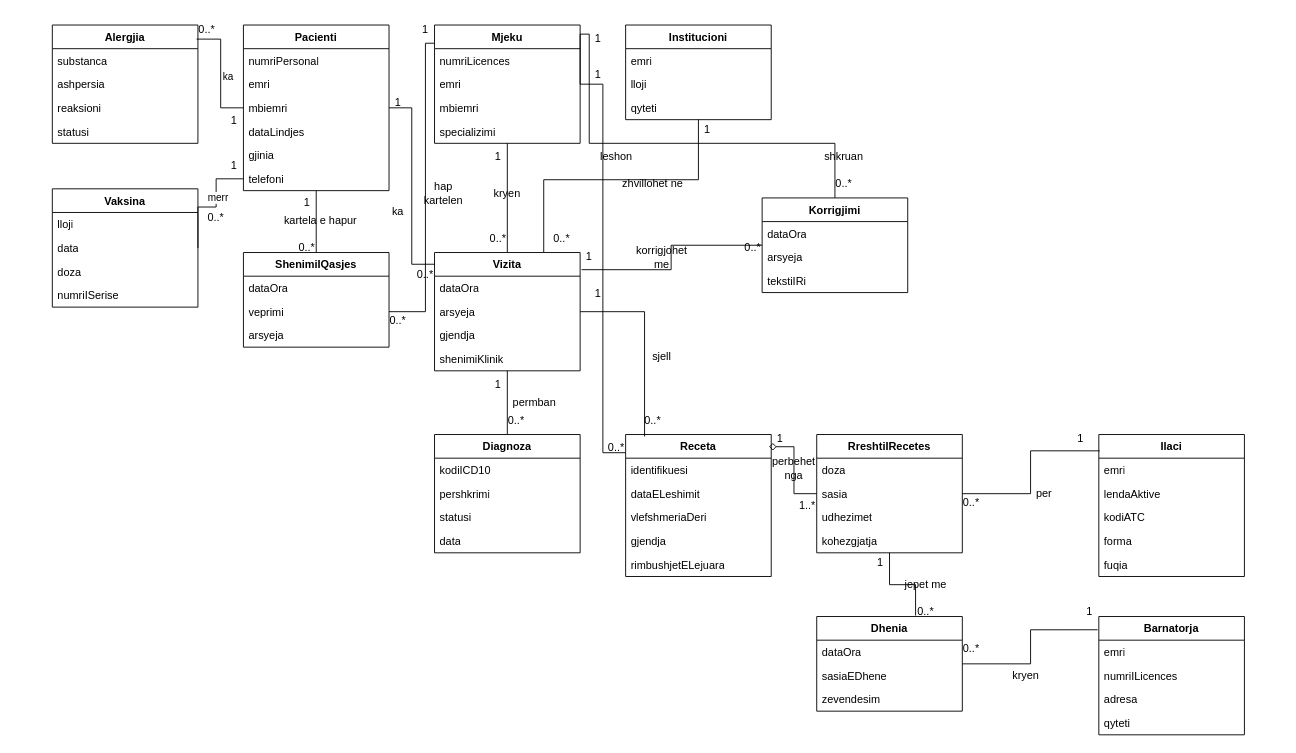
This is docs/Modeli Konceptual/ModeliKonceptual.drawio from blendaarama/eKartela, a draw.io file, before an edit. Source tidied: cells renumbered, new cells numbered last; positions are measured from the earlier drawing's top-left corner, leaving out a move shared by most shapes. Both pictures are drawn from the tidied source at 91%, with x=0, y=0 at pixel (52, 15).
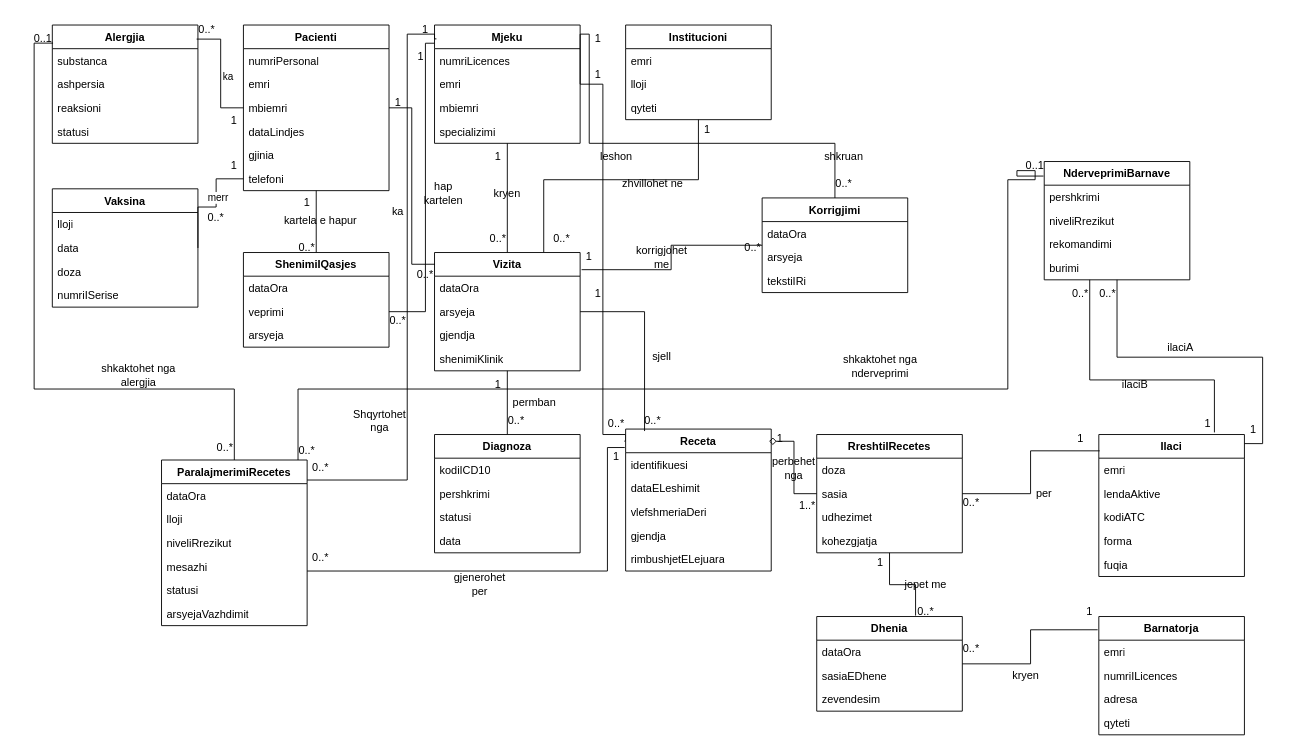
After the change.

Commit message (it also covers changes not shown here):
Shtova dy klase ne MK, dhe rregullova diagramin e arkitektures e bera ne version te nivelit te larte

The change refers to these unchanged cells:
```xml
<mxCell id="12" value="Mjeku" style="swimlane;fontStyle=1;align=center;verticalAlign=top;horizontal=1;startSize=26;whiteSpace=wrap;html=1;" parent="1" vertex="1">
  <mxGeometry x="420" y="10" width="160" height="130" as="geometry" />
</mxCell>
<mxCell id="33" value="Alergjia" style="swimlane;fontStyle=1;align=center;verticalAlign=top;horizontal=1;startSize=26;whiteSpace=wrap;html=1;" parent="1" vertex="1">
  <mxGeometry y="10" width="160" height="130" as="geometry" />
</mxCell>
<mxCell id="63" value="Ilaci" style="swimlane;fontStyle=1;align=center;verticalAlign=top;horizontal=1;startSize=26;whiteSpace=wrap;html=1;" parent="1" vertex="1">
  <mxGeometry x="1150" y="460" width="160" height="156" as="geometry" />
</mxCell>
```

What changed in the source:
```diff
@@
-    <mxCell id="10" style="edgeStyle=orthogonalEdgeStyle;rounded=0;jettySize=auto;html=1;entryX=0;entryY=0.128;entryDx=0;entryDy=0;entryPerimeter=0;endArrow=none;endFill=0;" parent="1" edge="1" source="12" target="52">
-      <mxGeometry relative="1" as="geometry" />
+    <mxCell id="10" style="edgeStyle=orthogonalEdgeStyle;rounded=0;jettySize=auto;html=1;entryX=-0.009;entryY=0.085;entryDx=0;entryDy=0;entryPerimeter=0;endArrow=none;endFill=0;" parent="1" edge="1" source="12" target="52">
+      <mxGeometry relative="1" as="geometry">
+        <Array as="points">
+          <mxPoint x="605" y="75" />
+          <mxPoint x="605" y="460" />
+          <mxPoint x="630" y="460" />
+          <mxPoint x="630" y="467" />
+        </Array>
+      </mxGeometry>
     </mxCell>
@@
     <mxCell id="52" value="Receta" style="swimlane;fontStyle=1;align=center;verticalAlign=top;horizontal=1;startSize=26;whiteSpace=wrap;html=1;" parent="1" vertex="1">
-      <mxGeometry x="630" y="460" width="160" height="156" as="geometry" />
+      <mxGeometry x="630" y="454" width="160" height="156" as="geometry" />
     </mxCell>
@@
     <mxCell id="103" value="0..*" style="text;html=1;whiteSpace=wrap;strokeColor=none;fillColor=none;align=center;verticalAlign=middle;rounded=0;" parent="1" vertex="1">
-      <mxGeometry x="590" y="460" width="60" height="30" as="geometry" />
+      <mxGeometry x="590" y="433" width="60" height="30" as="geometry" />
     </mxCell>
@@
     <mxCell id="132" value="1" style="text;html=1;whiteSpace=wrap;strokeColor=none;fillColor=none;align=center;verticalAlign=middle;rounded=0;" parent="1" vertex="1">
-      <mxGeometry x="380" width="60" height="30" as="geometry" />
+      <mxGeometry x="375" y="30" width="60" height="30" as="geometry" />
     </mxCell>
@@
+    <mxCell id="136" style="edgeStyle=orthogonalEdgeStyle;rounded=0;jettySize=auto;html=1;entryX=0.794;entryY=-0.015;entryDx=0;entryDy=0;entryPerimeter=0;endArrow=none;endFill=0;" parent="1" edge="1" source="137" target="63">
+      <mxGeometry relative="1" as="geometry">
+        <Array as="points">
+          <mxPoint x="1140" y="400" />
+          <mxPoint x="1277" y="400" />
+        </Array>
+      </mxGeometry>
+    </mxCell>
+    <mxCell id="137" value="NderveprimiBarnave" style="swimlane;fontStyle=1;align=center;verticalAlign=top;horizontal=1;startSize=26;whiteSpace=wrap;html=1;" parent="1" vertex="1">
+      <mxGeometry x="1090" y="160" width="160" height="130" as="geometry" />
+    </mxCell>
+    <mxCell id="138" value="&lt;code&gt;&lt;font face=&quot;Helvetica&quot;&gt;pershkrimi&lt;/font&gt;&lt;/code&gt;" style="text;strokeColor=none;fillColor=none;align=left;verticalAlign=top;spacingLeft=4;spacingRight=4;overflow=hidden;whiteSpace=wrap;html=1;" parent="137" vertex="1">
+      <mxGeometry y="26" width="160" height="26" as="geometry" />
+    </mxCell>
+    <mxCell id="139" value="&lt;code&gt;&lt;font face=&quot;Helvetica&quot;&gt;niveliRrezikut&lt;/font&gt;&lt;/code&gt;" style="text;strokeColor=none;fillColor=none;align=left;verticalAlign=top;spacingLeft=4;spacingRight=4;overflow=hidden;whiteSpace=wrap;html=1;" parent="137" vertex="1">
+      <mxGeometry y="52" width="160" height="26" as="geometry" />
+    </mxCell>
+    <mxCell id="140" value="&lt;code&gt;&lt;font face=&quot;Helvetica&quot;&gt;rekomandimi&lt;/font&gt;&lt;/code&gt;" style="text;strokeColor=none;fillColor=none;align=left;verticalAlign=top;spacingLeft=4;spacingRight=4;overflow=hidden;whiteSpace=wrap;html=1;" parent="137" vertex="1">
+      <mxGeometry y="78" width="160" height="26" as="geometry" />
+    </mxCell>
+    <mxCell id="141" value="&lt;div&gt;&lt;code&gt;&lt;font face=&quot;Helvetica&quot;&gt;burimi&lt;/font&gt;&lt;/code&gt;&lt;/div&gt;" style="text;strokeColor=none;fillColor=none;align=left;verticalAlign=top;spacingLeft=4;spacingRight=4;overflow=hidden;whiteSpace=wrap;html=1;" parent="137" vertex="1">
+      <mxGeometry y="104" width="160" height="26" as="geometry" />
+    </mxCell>
+    <mxCell id="142" style="edgeStyle=orthogonalEdgeStyle;rounded=0;jettySize=auto;html=1;endArrow=none;endFill=0;entryX=-0.005;entryY=0.123;entryDx=0;entryDy=0;entryPerimeter=0;" parent="1" edge="1" source="143" target="137">
+      <mxGeometry relative="1" as="geometry">
+        <Array as="points">
+          <mxPoint x="270" y="410" />
+          <mxPoint x="1050" y="410" />
+          <mxPoint x="1050" y="180" />
+          <mxPoint x="1080" y="180" />
+          <mxPoint x="1080" y="170" />
+          <mxPoint x="1060" y="170" />
+          <mxPoint x="1060" y="176" />
+        </Array>
+      </mxGeometry>
+    </mxCell>
+    <mxCell id="143" value="ParalajmerimiRecetes" style="swimlane;fontStyle=1;align=center;verticalAlign=top;horizontal=1;startSize=26;whiteSpace=wrap;html=1;" parent="1" vertex="1">
+      <mxGeometry x="120" y="488" width="160" height="182" as="geometry" />
+    </mxCell>
+    <mxCell id="144" value="&lt;code&gt;&lt;font face=&quot;Helvetica&quot;&gt;dataOra&lt;/font&gt;&lt;/code&gt;" style="text;strokeColor=none;fillColor=none;align=left;verticalAlign=top;spacingLeft=4;spacingRight=4;overflow=hidden;whiteSpace=wrap;html=1;" parent="143" vertex="1">
+      <mxGeometry y="26" width="160" height="26" as="geometry" />
+    </mxCell>
+    <mxCell id="145" value="&lt;code&gt;&lt;font face=&quot;Helvetica&quot;&gt;lloji&lt;/font&gt;&lt;/code&gt;" style="text;strokeColor=none;fillColor=none;align=left;verticalAlign=top;spacingLeft=4;spacingRight=4;overflow=hidden;whiteSpace=wrap;html=1;" parent="143" vertex="1">
+      <mxGeometry y="52" width="160" height="26" as="geometry" />
+    </mxCell>
+    <mxCell id="146" value="&lt;code&gt;&lt;font face=&quot;Helvetica&quot;&gt;niveliRrezikut&lt;/font&gt;&lt;/code&gt;" style="text;strokeColor=none;fillColor=none;align=left;verticalAlign=top;spacingLeft=4;spacingRight=4;overflow=hidden;whiteSpace=wrap;html=1;" parent="143" vertex="1">
+      <mxGeometry y="78" width="160" height="26" as="geometry" />
+    </mxCell>
+    <mxCell id="147" value="&lt;code&gt;&lt;font face=&quot;Helvetica&quot;&gt;mesazhi&lt;/font&gt;&lt;/code&gt;" style="text;strokeColor=none;fillColor=none;align=left;verticalAlign=top;spacingLeft=4;spacingRight=4;overflow=hidden;whiteSpace=wrap;html=1;" parent="143" vertex="1">
+      <mxGeometry y="104" width="160" height="26" as="geometry" />
+    </mxCell>
+    <mxCell id="148" value="&lt;code&gt;&lt;font face=&quot;Helvetica&quot;&gt;statusi&lt;/font&gt;&lt;/code&gt;" style="text;strokeColor=none;fillColor=none;align=left;verticalAlign=top;spacingLeft=4;spacingRight=4;overflow=hidden;whiteSpace=wrap;html=1;" parent="143" vertex="1">
+      <mxGeometry y="130" width="160" height="26" as="geometry" />
+    </mxCell>
+    <mxCell id="149" value="&lt;code&gt;&lt;font face=&quot;Helvetica&quot;&gt;arsyejaVazhdimit&lt;/font&gt;&lt;/code&gt;" style="text;strokeColor=none;fillColor=none;align=left;verticalAlign=top;spacingLeft=4;spacingRight=4;overflow=hidden;whiteSpace=wrap;html=1;" parent="143" vertex="1">
+      <mxGeometry y="156" width="160" height="26" as="geometry" />
+    </mxCell>
+    <mxCell id="150" style="edgeStyle=orthogonalEdgeStyle;rounded=0;jettySize=auto;html=1;entryX=1;entryY=0.064;entryDx=0;entryDy=0;entryPerimeter=0;endArrow=none;endFill=0;" parent="1" edge="1" source="137" target="63">
+      <mxGeometry relative="1" as="geometry" />
+    </mxCell>
+    <mxCell id="151" value="1" style="text;html=1;whiteSpace=wrap;strokeColor=none;fillColor=none;align=center;verticalAlign=middle;rounded=0;" parent="1" vertex="1">
+      <mxGeometry x="1290" y="440" width="60" height="30" as="geometry" />
+    </mxCell>
+    <mxCell id="152" value="0..*" style="text;html=1;whiteSpace=wrap;strokeColor=none;fillColor=none;align=center;verticalAlign=middle;rounded=0;" parent="1" vertex="1">
+      <mxGeometry x="1130" y="290" width="60" height="30" as="geometry" />
+    </mxCell>
+    <mxCell id="153" value="0..*" style="text;html=1;whiteSpace=wrap;strokeColor=none;fillColor=none;align=center;verticalAlign=middle;rounded=0;" parent="1" vertex="1">
+      <mxGeometry x="250" y="463" width="60" height="30" as="geometry" />
+    </mxCell>
+    <mxCell id="154" value="Shqyrtohet nga" style="text;html=1;whiteSpace=wrap;strokeColor=none;fillColor=none;align=center;verticalAlign=middle;rounded=0;" parent="1" vertex="1">
+      <mxGeometry x="320" y="430" width="80" height="30" as="geometry" />
+    </mxCell>
+    <mxCell id="155" value="1" style="text;html=1;whiteSpace=wrap;strokeColor=none;fillColor=none;align=center;verticalAlign=middle;rounded=0;" parent="1" vertex="1">
+      <mxGeometry x="590" y="470" width="60" height="30" as="geometry" />
+    </mxCell>
+    <mxCell id="156" style="edgeStyle=orthogonalEdgeStyle;rounded=0;jettySize=auto;html=1;entryX=0.013;entryY=0.117;entryDx=0;entryDy=0;entryPerimeter=0;endArrow=none;endFill=0;" parent="1" edge="1" source="143" target="12">
+      <mxGeometry relative="1" as="geometry">
+        <Array as="points">
+          <mxPoint x="390" y="510" />
+          <mxPoint x="390" y="20" />
+          <mxPoint x="420" y="20" />
+          <mxPoint x="420" y="25" />
+        </Array>
+      </mxGeometry>
+    </mxCell>
+    <mxCell id="157" value="0..*" style="text;html=1;whiteSpace=wrap;strokeColor=none;fillColor=none;align=center;verticalAlign=middle;rounded=0;" parent="1" vertex="1">
+      <mxGeometry x="265" y="580" width="60" height="30" as="geometry" />
+    </mxCell>
+    <mxCell id="158" value="shkaktohet nga alergjia" style="text;html=1;whiteSpace=wrap;strokeColor=none;fillColor=none;align=center;verticalAlign=middle;rounded=0;" parent="1" vertex="1">
+      <mxGeometry x="40" y="380" width="110" height="30" as="geometry" />
+    </mxCell>
+    <mxCell id="159" value="0..*" style="text;html=1;whiteSpace=wrap;strokeColor=none;fillColor=none;align=center;verticalAlign=middle;rounded=0;" parent="1" vertex="1">
+      <mxGeometry x="160" y="460" width="60" height="30" as="geometry" />
+    </mxCell>
+    <mxCell id="160" value="0..1" style="text;html=1;whiteSpace=wrap;strokeColor=none;fillColor=none;align=center;verticalAlign=middle;rounded=0;" parent="1" vertex="1">
+      <mxGeometry x="-40" y="10" width="60" height="30" as="geometry" />
+    </mxCell>
+    <mxCell id="161" value="shkaktohet nga nderveprimi" style="text;html=1;whiteSpace=wrap;strokeColor=none;fillColor=none;align=center;verticalAlign=middle;rounded=0;" parent="1" vertex="1">
+      <mxGeometry x="850" y="370" width="120" height="30" as="geometry" />
+    </mxCell>
+    <mxCell id="162" value="0..1" style="text;html=1;whiteSpace=wrap;strokeColor=none;fillColor=none;align=center;verticalAlign=middle;rounded=0;" parent="1" vertex="1">
+      <mxGeometry x="1050" y="150" width="60" height="30" as="geometry" />
+    </mxCell>
+    <mxCell id="163" value="ilaciA" style="text;html=1;whiteSpace=wrap;strokeColor=none;fillColor=none;align=center;verticalAlign=middle;rounded=0;" parent="1" vertex="1">
+      <mxGeometry x="1210" y="350" width="60" height="30" as="geometry" />
+    </mxCell>
+    <mxCell id="164" value="ilaciB" style="text;html=1;whiteSpace=wrap;strokeColor=none;fillColor=none;align=center;verticalAlign=middle;rounded=0;" parent="1" vertex="1">
+      <mxGeometry x="1160" y="390" width="60" height="30" as="geometry" />
+    </mxCell>
+    <mxCell id="165" style="edgeStyle=orthogonalEdgeStyle;rounded=0;jettySize=auto;html=1;entryX=0.005;entryY=0.153;entryDx=0;entryDy=0;entryPerimeter=0;endArrow=none;endFill=0;" parent="1" edge="1" source="143" target="33">
+      <mxGeometry relative="1" as="geometry">
+        <Array as="points">
+          <mxPoint x="200" y="410" />
+          <mxPoint x="-20" y="410" />
+          <mxPoint x="-20" y="30" />
+        </Array>
+      </mxGeometry>
+    </mxCell>
+    <mxCell id="166" style="edgeStyle=orthogonalEdgeStyle;rounded=0;jettySize=auto;html=1;entryX=-0.006;entryY=0.13;entryDx=0;entryDy=0;entryPerimeter=0;endArrow=none;endFill=0;" parent="1" edge="1" source="143" target="52">
+      <mxGeometry relative="1" as="geometry">
+        <Array as="points">
+          <mxPoint x="610" y="610" />
+          <mxPoint x="610" y="474" />
+        </Array>
+      </mxGeometry>
+    </mxCell>
+    <mxCell id="167" value="gjenerohet per" style="text;html=1;whiteSpace=wrap;strokeColor=none;fillColor=none;align=center;verticalAlign=middle;rounded=0;" parent="1" vertex="1">
+      <mxGeometry x="440" y="610" width="60" height="30" as="geometry" />
+    </mxCell>
+    <mxCell id="168" value="0..*" style="text;html=1;whiteSpace=wrap;strokeColor=none;fillColor=none;align=center;verticalAlign=middle;rounded=0;" parent="1" vertex="1">
+      <mxGeometry x="265" y="481.5" width="60" height="30" as="geometry" />
+    </mxCell>
+    <mxCell id="169" value="0..*" style="text;html=1;whiteSpace=wrap;strokeColor=none;fillColor=none;align=center;verticalAlign=middle;rounded=0;" parent="1" vertex="1">
+      <mxGeometry x="1100" y="290" width="60" height="30" as="geometry" />
+    </mxCell>
+    <mxCell id="170" value="1" style="text;html=1;whiteSpace=wrap;strokeColor=none;fillColor=none;align=center;verticalAlign=middle;rounded=0;" parent="1" vertex="1">
+      <mxGeometry x="1240" y="433" width="60" height="30" as="geometry" />
+    </mxCell>
+    <mxCell id="171" value="1" style="text;html=1;whiteSpace=wrap;strokeColor=none;fillColor=none;align=center;verticalAlign=middle;rounded=0;" parent="1" vertex="1">
+      <mxGeometry x="380" width="60" height="30" as="geometry" />
+    </mxCell>
```
